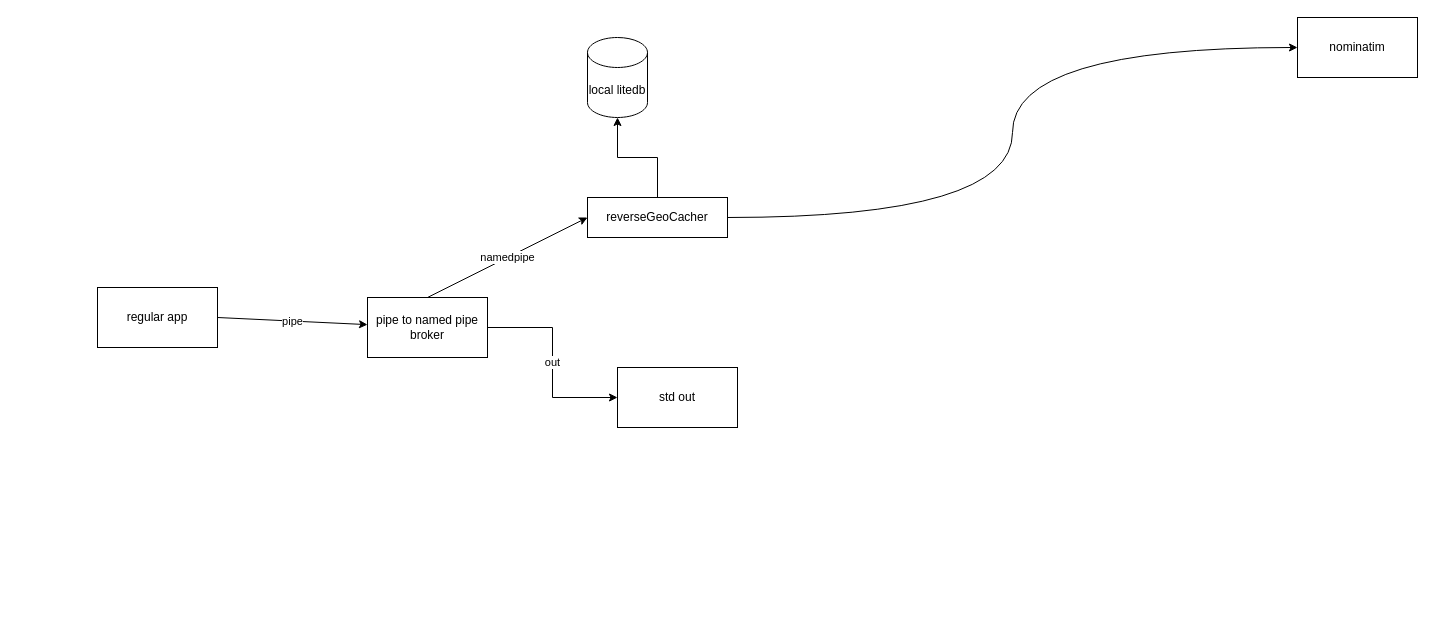
Above: reverseGeoCacher.drawio in nongkoko/turbobasi_bin (draw.io), before the change. Source tidied: cells renumbered, new cells numbered last; positions are measured from the earlier drawing's top-left corner, leaving out a move shared by most shapes. Both pictures are drawn from the tidied source at 100%, with x=0, y=0 at pixel (97, 17).
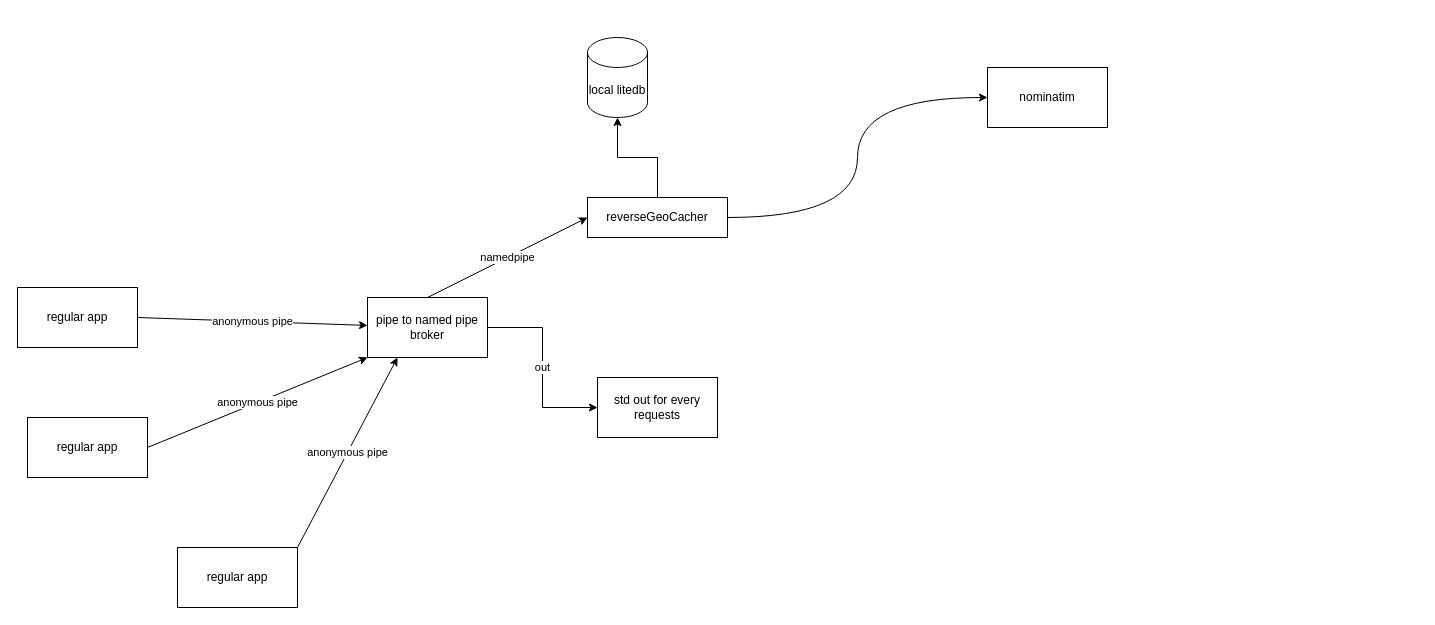
The same page after the edit.

What changed in the source:
```diff
@@
 <mxGraphModel>
   <root>
     <mxCell id="0" />
     <mxCell id="1" parent="0" />
     <mxCell id="2" style="edgeStyle=orthogonalEdgeStyle;rounded=0;jettySize=auto;html=1;exitX=1;exitY=0.5;exitDx=0;exitDy=0;entryX=0;entryY=0.5;entryDx=0;entryDy=0;elbow=vertical;curved=1;" parent="1" edge="1" source="3" target="4">
       <mxGeometry relative="1" as="geometry" />
     </mxCell>
     <mxCell id="3" value="reverseGeoCacher" style="rounded=0;whiteSpace=wrap;html=1;" parent="1" vertex="1">
       <mxGeometry x="490" y="180" width="140" height="40" as="geometry" />
     </mxCell>
     <mxCell id="4" value="nominatim" style="rounded=0;whiteSpace=wrap;html=1;" parent="1" vertex="1">
-      <mxGeometry x="1200" width="120" height="60" as="geometry" />
+      <mxGeometry x="890" y="50" width="120" height="60" as="geometry" />
     </mxCell>
-    <mxCell id="5" value="pipe" style="rounded=0;jettySize=auto;html=1;exitX=1;exitY=0.5;exitDx=0;exitDy=0;" parent="1" edge="1" source="6" target="9">
+    <mxCell id="5" value="anonymous pipe" style="rounded=0;jettySize=auto;html=1;exitX=1;exitY=0.5;exitDx=0;exitDy=0;" parent="1" edge="1" source="6" target="9">
       <mxGeometry relative="1" as="geometry" />
     </mxCell>
     <mxCell id="6" value="regular app" style="rounded=0;whiteSpace=wrap;html=1;" parent="1" vertex="1">
-      <mxGeometry y="270" width="120" height="60" as="geometry" />
+      <mxGeometry x="-80" y="270" width="120" height="60" as="geometry" />
     </mxCell>
     <mxCell id="7" value="namedpipe" style="rounded=0;jettySize=auto;html=1;exitX=0.5;exitY=0;exitDx=0;exitDy=0;entryX=0;entryY=0.5;entryDx=0;entryDy=0;" parent="1" edge="1" source="9" target="3">
       <mxGeometry relative="1" as="geometry" />
     </mxCell>
     <mxCell id="8" value="out" style="edgeStyle=orthogonalEdgeStyle;rounded=0;jettySize=auto;html=1;exitX=1;exitY=0.5;exitDx=0;exitDy=0;entryX=0;entryY=0.5;entryDx=0;entryDy=0;" parent="1" edge="1" source="9" target="10">
       <mxGeometry relative="1" as="geometry" />
     </mxCell>
     <mxCell id="9" value="pipe to named pipe broker" style="rounded=0;whiteSpace=wrap;html=1;" parent="1" vertex="1">
       <mxGeometry x="270" y="280" width="120" height="60" as="geometry" />
     </mxCell>
-    <mxCell id="10" value="std out" style="rounded=0;whiteSpace=wrap;html=1;" parent="1" vertex="1">
-      <mxGeometry x="520" y="350" width="120" height="60" as="geometry" />
+    <mxCell id="10" value="std out for every requests" style="rounded=0;whiteSpace=wrap;html=1;" parent="1" vertex="1">
+      <mxGeometry x="500" y="360" width="120" height="60" as="geometry" />
     </mxCell>
     <mxCell id="11" value="local litedb" style="shape=cylinder3;whiteSpace=wrap;html=1;boundedLbl=1;backgroundOutline=1;size=15;" parent="1" vertex="1">
       <mxGeometry x="490" y="20" width="60" height="80" as="geometry" />
     </mxCell>
     <mxCell id="12" style="edgeStyle=orthogonalEdgeStyle;shape=wire;rounded=0;jettySize=auto;html=1;exitX=0.5;exitY=0;exitDx=0;exitDy=0;entryX=0.5;entryY=1;entryDx=0;entryDy=0;entryPerimeter=0;dashed=1;" parent="1" edge="1" source="3" target="11">
       <mxGeometry relative="1" as="geometry" />
     </mxCell>
+    <mxCell id="13" value="anonymous pipe" style="rounded=0;jettySize=auto;html=1;exitX=1;exitY=0.5;exitDx=0;exitDy=0;entryX=0;entryY=1;entryDx=0;entryDy=0;" parent="1" edge="1" source="14" target="9">
+      <mxGeometry relative="1" as="geometry" />
+    </mxCell>
+    <mxCell id="14" value="regular app" style="rounded=0;whiteSpace=wrap;html=1;" parent="1" vertex="1">
+      <mxGeometry x="-70" y="400" width="120" height="60" as="geometry" />
+    </mxCell>
+    <mxCell id="15" value="anonymous pipe" style="rounded=0;jettySize=auto;html=1;exitX=1;exitY=0;exitDx=0;exitDy=0;entryX=0.25;entryY=1;entryDx=0;entryDy=0;" parent="1" edge="1" source="16" target="9">
+      <mxGeometry relative="1" as="geometry" />
+    </mxCell>
+    <mxCell id="16" value="regular app" style="rounded=0;whiteSpace=wrap;html=1;" parent="1" vertex="1">
+      <mxGeometry x="80" y="530" width="120" height="60" as="geometry" />
+    </mxCell>
   </root>
 </mxGraphModel>
```
